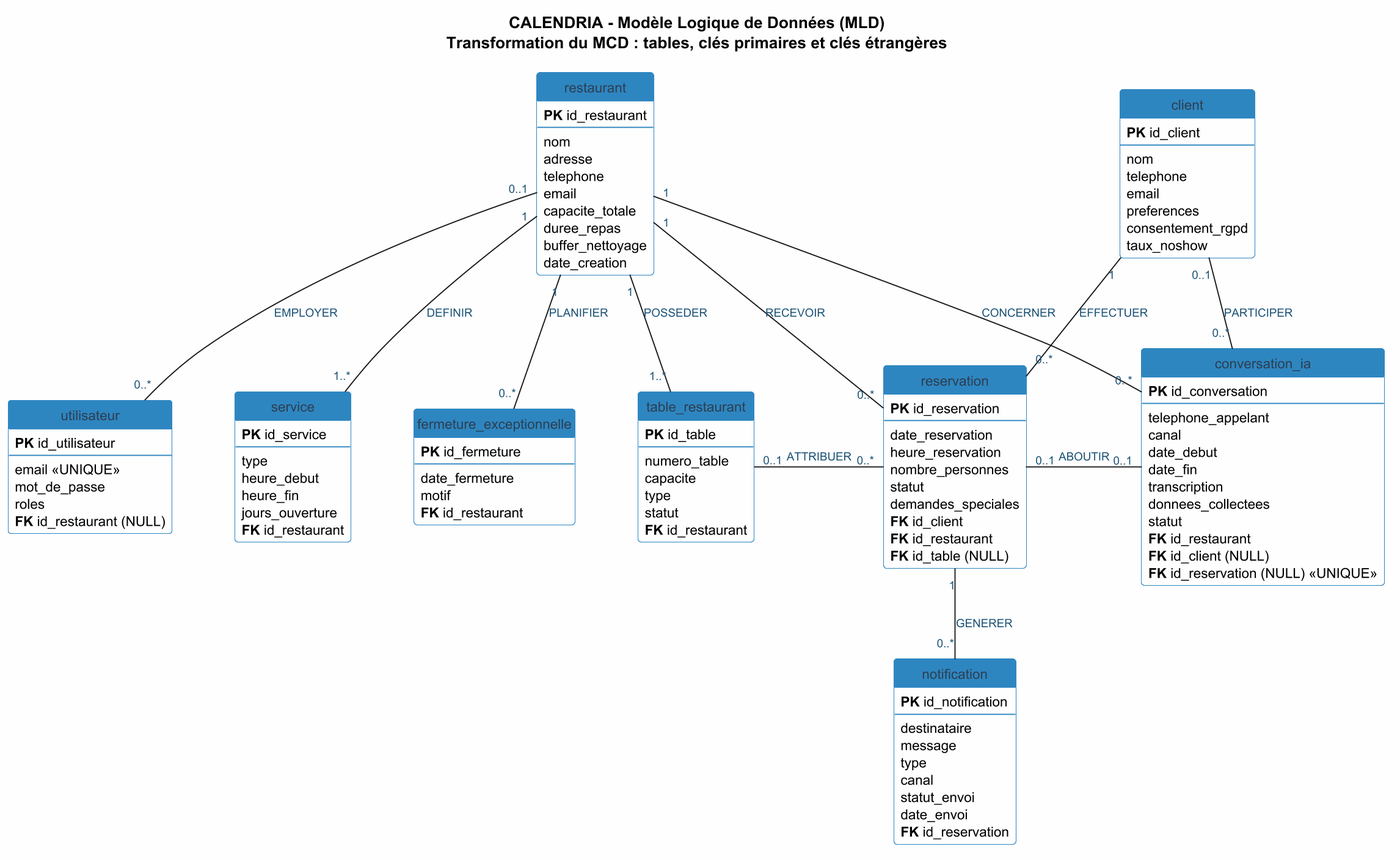
This is documentation/Jalon3/MLD_v2.png from SafiBougherara/projet_fin_annee, a PlantUML export, as it was before one commit.
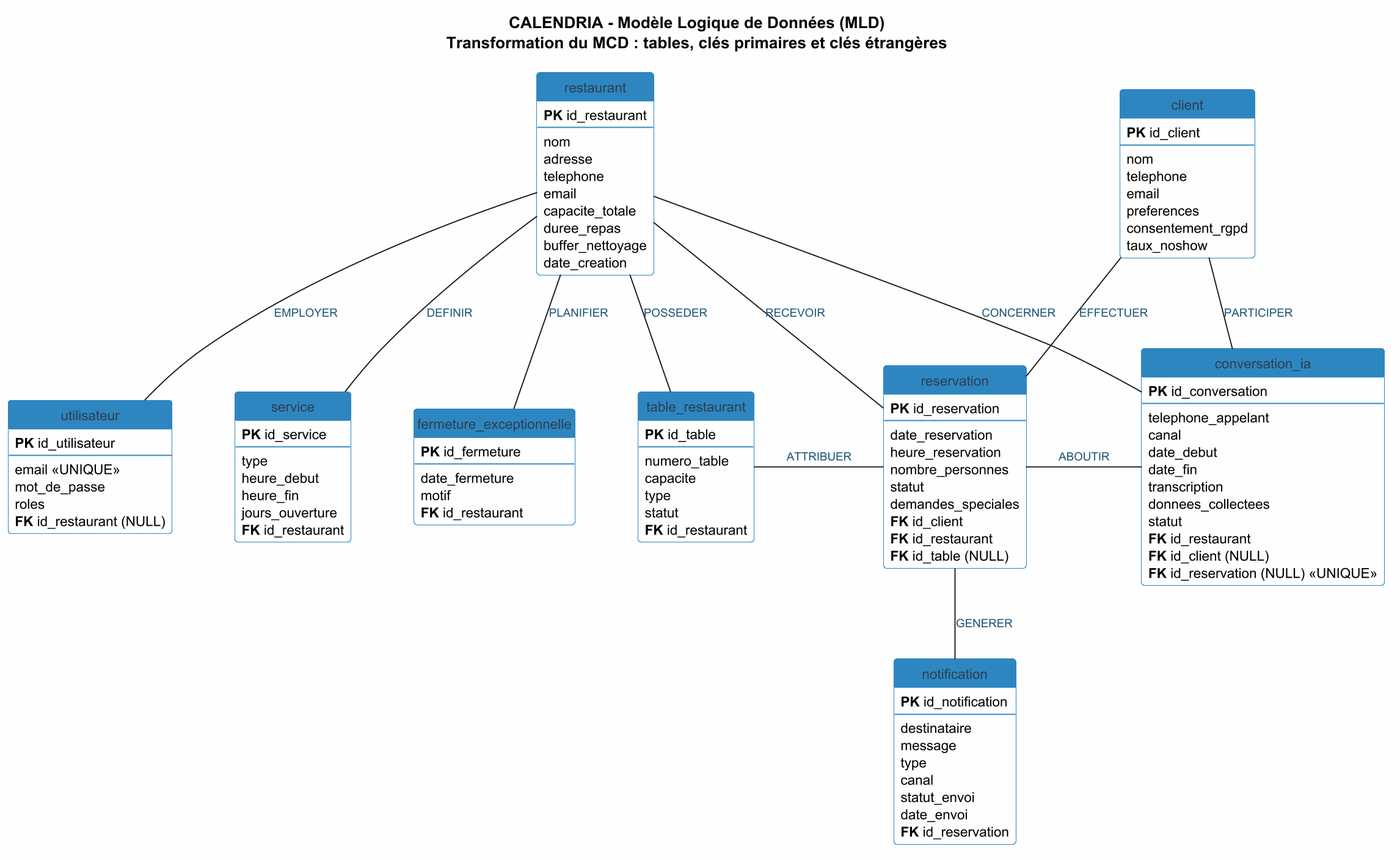
Above is the later version.

What changed in the source:
```diff
@@ -123,16 +123,16 @@
     <b>FK</b> id_reservation
 }
 
-restaurant "1" -- "1..*" table_rest : POSSEDER
-restaurant "1" -- "1..*" service : DEFINIR
-restaurant "1" -- "0..*" fermeture : PLANIFIER
-restaurant "0..1" -- "0..*" utilisateur : EMPLOYER
-restaurant "1" -- "0..*" reservation : RECEVOIR
-client "1" -- "0..*" reservation : EFFECTUER
-table_rest "0..1" - "0..*" reservation : ATTRIBUER
-reservation "1" -- "0..*" notification : GENERER
-restaurant "1" -- "0..*" conversation : CONCERNER
-client "0..1" -- "0..*" conversation : PARTICIPER
-reservation "0..1" - "0..1" conversation : ABOUTIR
+restaurant -- table_rest : POSSEDER
+restaurant -- service : DEFINIR
+restaurant -- fermeture : PLANIFIER
+restaurant -- utilisateur : EMPLOYER
+restaurant -- reservation : RECEVOIR
+client -- reservation : EFFECTUER
+table_rest - reservation : ATTRIBUER
+reservation -- notification : GENERER
+restaurant -- conversation : CONCERNER
+client -- conversation : PARTICIPER
+reservation - conversation : ABOUTIR
 
 @enduml
```
